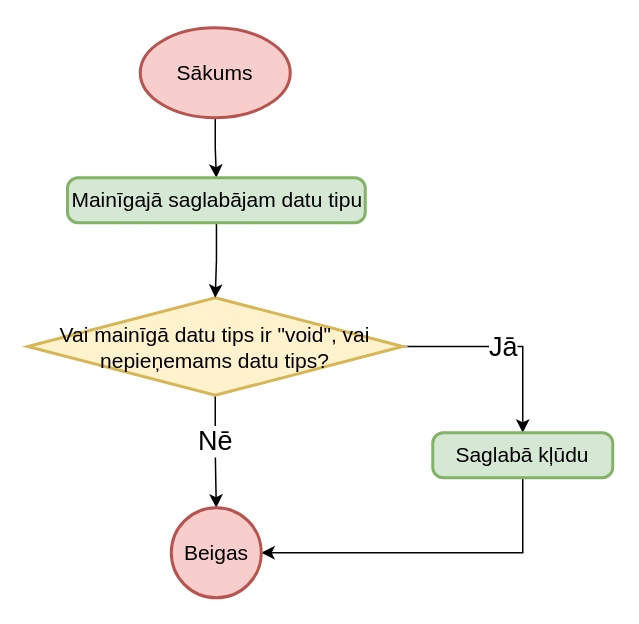
Earlier version of the draw.io diagram page "Lauka/Argumenta datu tipa kompilesana" (3 of 5) of src/Kvalifikacijas darbs/Diagrammas/Kompilators/Lauki un mainīgie.drawio (artiks12/webAppOS). Source tidied: cells renumbered, new cells numbered last; positions are measured from the earlier drawing's top-left corner, leaving out a move shared by most shapes. Both pictures are drawn from the tidied source at 150%, with x=0, y=0 at pixel (27, 27).
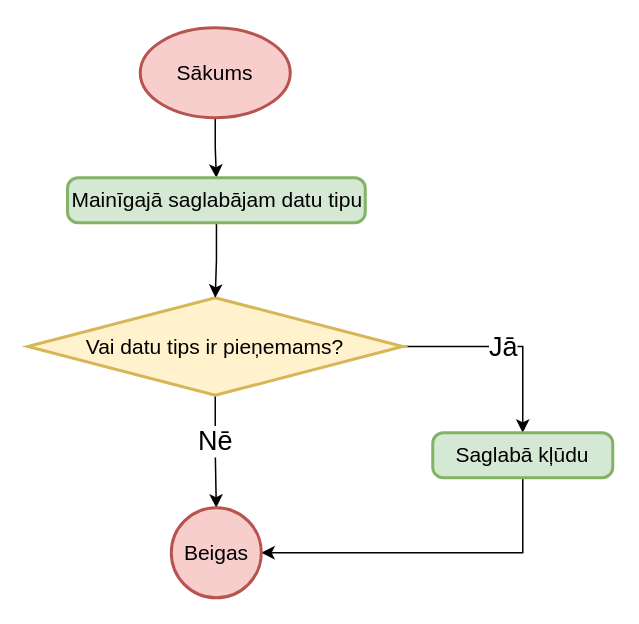
The same page after the edit.

Change to the diagram source:
```diff
@@
 <mxGraphModel>
   <root>
     <mxCell id="0" />
     <mxCell id="1" parent="0" />
     <mxCell id="2" style="edgeStyle=orthogonalEdgeStyle;rounded=0;jettySize=auto;html=1;entryX=0.5;entryY=0;entryDx=0;entryDy=0;" parent="1" edge="1" source="3" target="10">
       <mxGeometry relative="1" as="geometry" />
     </mxCell>
     <mxCell id="3" value="Sākums" style="strokeWidth=2;html=1;shape=mxgraph.flowchart.start_1;whiteSpace=wrap;fontSize=14;fillColor=#f8cecc;strokeColor=#b85450;" parent="1" vertex="1">
       <mxGeometry x="75" width="100" height="60" as="geometry" />
     </mxCell>
     <mxCell id="4" style="edgeStyle=orthogonalEdgeStyle;rounded=0;jettySize=auto;html=1;exitX=1;exitY=0.5;exitDx=0;exitDy=0;exitPerimeter=0;entryX=0.5;entryY=0;entryDx=0;entryDy=0;" parent="1" edge="1" source="8" target="12">
       <mxGeometry relative="1" as="geometry">
         <Array as="points">
           <mxPoint x="330" y="213" />
         </Array>
       </mxGeometry>
     </mxCell>
     <mxCell id="5" value="&lt;font style=&quot;font-size: 18px&quot;&gt;Jā&lt;/font&gt;" style="edgeLabel;html=1;align=center;verticalAlign=middle;" parent="4" vertex="1">
       <mxGeometry x="-0.07" y="1" relative="1" as="geometry">
         <mxPoint x="2" y="1" as="offset" />
       </mxGeometry>
     </mxCell>
     <mxCell id="6" style="edgeStyle=orthogonalEdgeStyle;rounded=0;jettySize=auto;html=1;entryX=0.5;entryY=0;entryDx=0;entryDy=0;exitX=0.5;exitY=1;exitDx=0;exitDy=0;exitPerimeter=0;entryPerimeter=0;" parent="1" edge="1" source="8" target="13">
       <mxGeometry relative="1" as="geometry" />
     </mxCell>
     <mxCell id="7" value="&lt;font style=&quot;font-size: 18px&quot;&gt;Nē&lt;/font&gt;" style="edgeLabel;html=1;align=center;verticalAlign=middle;" parent="6" vertex="1">
       <mxGeometry x="-0.31" y="-2" relative="1" as="geometry">
         <mxPoint x="1" y="4" as="offset" />
       </mxGeometry>
     </mxCell>
-    <mxCell id="8" value="Vai mainīgā datu tips ir &quot;void&quot;, vai nepieņemams datu tips?" style="strokeWidth=2;html=1;shape=mxgraph.flowchart.decision;whiteSpace=wrap;fontSize=14;fillColor=#fff2cc;strokeColor=#d6b656;" parent="1" vertex="1">
+    <mxCell id="8" value="Vai datu tips ir pieņemams?" style="strokeWidth=2;html=1;shape=mxgraph.flowchart.decision;whiteSpace=wrap;fontSize=14;fillColor=#fff2cc;strokeColor=#d6b656;" parent="1" vertex="1">
       <mxGeometry y="180" width="250" height="65" as="geometry" />
     </mxCell>
     <mxCell id="9" style="edgeStyle=orthogonalEdgeStyle;rounded=0;jettySize=auto;html=1;entryX=0.5;entryY=0;entryDx=0;entryDy=0;fontSize=18;entryPerimeter=0;" parent="1" edge="1" source="10" target="8">
       <mxGeometry relative="1" as="geometry" />
     </mxCell>
     <mxCell id="10" value="Mainīgajā saglabājam datu tipu" style="rounded=1;whiteSpace=wrap;html=1;absoluteArcSize=1;arcSize=14;strokeWidth=2;fontSize=14;fillColor=#d5e8d4;strokeColor=#82b366;" parent="1" vertex="1">
       <mxGeometry x="26.5" y="100" width="198.5" height="30" as="geometry" />
     </mxCell>
     <mxCell id="11" style="edgeStyle=orthogonalEdgeStyle;rounded=0;jettySize=auto;html=1;entryX=1;entryY=0.5;entryDx=0;entryDy=0;entryPerimeter=0;exitX=0.5;exitY=1;exitDx=0;exitDy=0;" parent="1" edge="1" source="12" target="13">
       <mxGeometry relative="1" as="geometry">
         <Array as="points">
           <mxPoint x="330" y="350" />
         </Array>
       </mxGeometry>
     </mxCell>
     <mxCell id="12" value="Saglabā kļūdu" style="rounded=1;whiteSpace=wrap;html=1;absoluteArcSize=1;arcSize=14;strokeWidth=2;fontSize=14;fillColor=#d5e8d4;strokeColor=#82b366;" parent="1" vertex="1">
       <mxGeometry x="270" y="270" width="120" height="30" as="geometry" />
     </mxCell>
     <mxCell id="13" value="Beigas" style="strokeWidth=2;html=1;shape=mxgraph.flowchart.start_2;whiteSpace=wrap;fontSize=14;fillColor=#f8cecc;strokeColor=#b85450;" parent="1" vertex="1">
       <mxGeometry x="95.7" y="320" width="60" height="60" as="geometry" />
     </mxCell>
   </root>
 </mxGraphModel>
```
